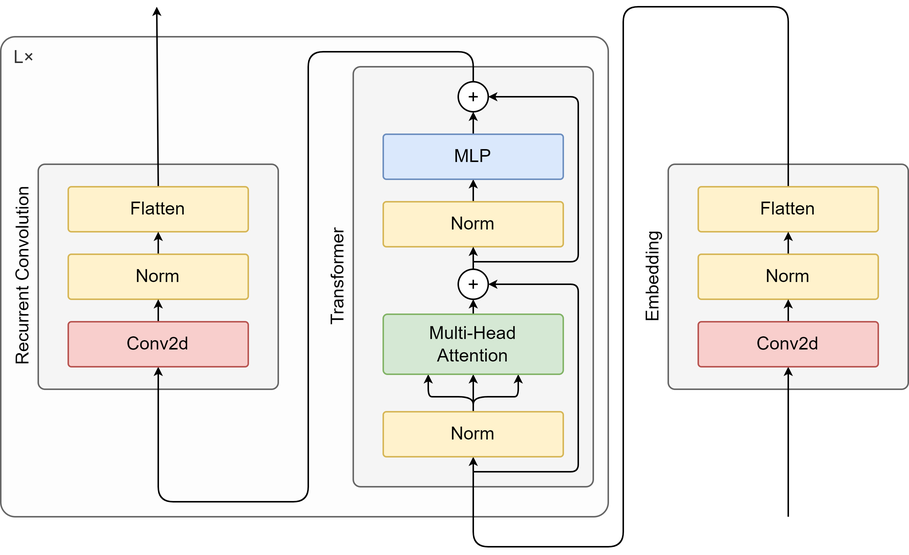
Earlier version of the draw.io export CvT-Original.drawio.png (SeyaSchmassmann/wods). Source tidied: cells renumbered, new cells last; positions are measured from the earlier drawing's top-left corner, leaving out a move shared by most shapes.
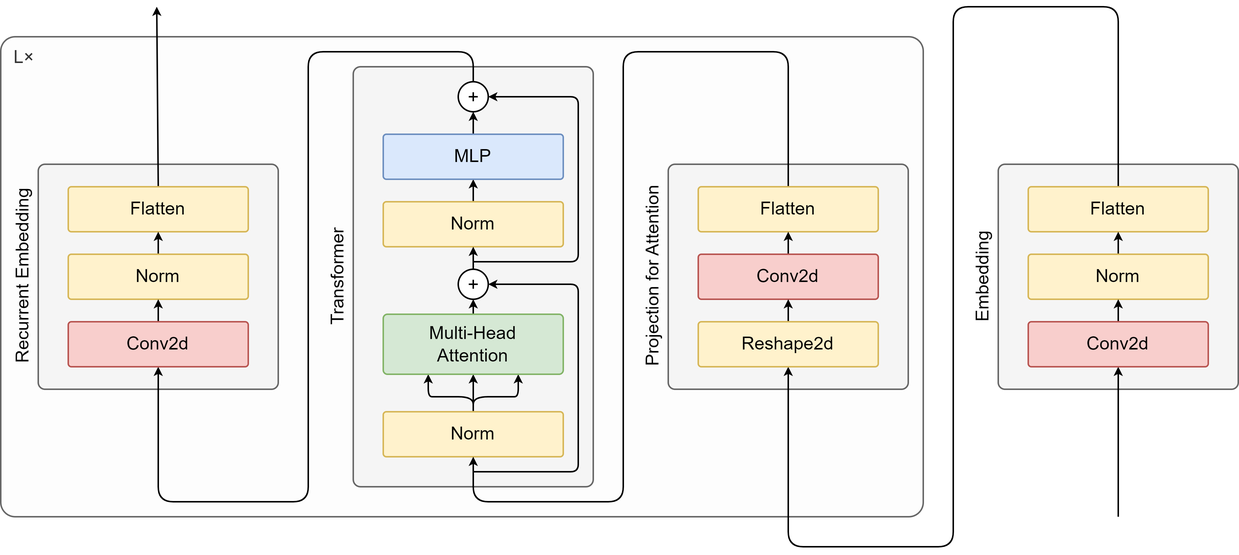
After the change.

Commit message:
rename recurrent conv to recurrent embedding

Diff of the diagram source:
```diff
@@ -2,47 +2,50 @@
   <root>
     <mxCell id="0" />
     <mxCell id="1" parent="0" />
-    <mxCell id="2" value="L×" style="rounded=1;whiteSpace=wrap;html=1;arcSize=3;verticalAlign=top;align=left;spacingLeft=7;fillColor=light-dark(#fdfdfd, #1a1a1a);fontColor=#333333;strokeColor=#666666;" parent="1" vertex="1">
-      <mxGeometry y="20" width="405" height="320" as="geometry" />
+    <mxCell id="2" value="L×" style="rounded=1;whiteSpace=wrap;html=1;arcSize=3;verticalAlign=top;align=left;spacingLeft=7;fillColor=light-dark(#fdfdfd, #1a1a1a);fontColor=#333333;strokeColor=#666666;fontStyle=0;" parent="1" vertex="1">
+      <mxGeometry y="20" width="615" height="320" as="geometry" />
     </mxCell>
+    <mxCell id="43" style="rounded=1;whiteSpace=wrap;html=1;fillColor=#f5f5f5;fontColor=#333333;strokeColor=#666666;arcSize=3;" parent="1" vertex="1">
+      <mxGeometry x="445" y="105" width="160" height="150" as="geometry" />
+    </mxCell>
     <mxCell id="3" style="rounded=1;whiteSpace=wrap;html=1;fillColor=#f5f5f5;fontColor=#333333;strokeColor=#666666;arcSize=3;verticalAlign=top;align=left;spacingLeft=7;" parent="1" vertex="1">
       <mxGeometry x="235" y="40" width="160" height="280" as="geometry" />
     </mxCell>
     <mxCell id="4" style="rounded=1;whiteSpace=wrap;html=1;fillColor=#f5f5f5;fontColor=#333333;strokeColor=#666666;arcSize=3;" parent="1" vertex="1">
-      <mxGeometry x="445" y="105" width="160" height="150" as="geometry" />
+      <mxGeometry x="665" y="105" width="160" height="150" as="geometry" />
     </mxCell>
-    <mxCell id="5" style="edgeStyle=none;html=1;exitX=0.5;exitY=0;exitDx=0;exitDy=0;endSize=3;startSize=3;entryX=0.5;entryY=1;entryDx=0;entryDy=0;" parent="1" edge="1" source="7" target="17">
+    <mxCell id="5" style="edgeStyle=none;html=1;exitX=0.5;exitY=0;exitDx=0;exitDy=0;endSize=3;startSize=3;entryX=0.5;entryY=1;entryDx=0;entryDy=0;" parent="1" edge="1" source="7" target="50">
       <mxGeometry relative="1" as="geometry">
         <Array as="points">
-          <mxPoint x="525" />
-          <mxPoint x="415" />
-          <mxPoint x="415" y="360" />
-          <mxPoint x="315" y="360" />
+          <mxPoint x="745" />
+          <mxPoint x="635" />
+          <mxPoint x="635" y="360" />
+          <mxPoint x="525" y="360" />
         </Array>
       </mxGeometry>
     </mxCell>
     <mxCell id="6" value="Embedding" style="text;html=1;align=center;verticalAlign=middle;whiteSpace=wrap;rounded=0;horizontal=0;" parent="1" vertex="1">
-      <mxGeometry x="425" y="145" width="20" height="70" as="geometry" />
+      <mxGeometry x="645" y="145" width="20" height="70" as="geometry" />
     </mxCell>
     <mxCell id="7" value="Flatten" style="rounded=1;whiteSpace=wrap;html=1;fillColor=#fff2cc;strokeColor=#d6b656;arcSize=7;" parent="1" vertex="1">
-      <mxGeometry x="465" y="120" width="120" height="30" as="geometry" />
+      <mxGeometry x="685" y="120" width="120" height="30" as="geometry" />
     </mxCell>
     <mxCell id="8" style="edgeStyle=none;html=1;startSize=3;endSize=3;" parent="1" edge="1" source="9" target="7">
       <mxGeometry relative="1" as="geometry" />
     </mxCell>
     <mxCell id="9" value="&lt;font style=&quot;color: rgb(0, 0, 0);&quot;&gt;Norm&lt;/font&gt;" style="rounded=1;whiteSpace=wrap;html=1;fillColor=#fff2cc;strokeColor=#d6b656;arcSize=7;" parent="1" vertex="1">
-      <mxGeometry x="465" y="165" width="120" height="30" as="geometry" />
+      <mxGeometry x="685" y="165" width="120" height="30" as="geometry" />
     </mxCell>
     <mxCell id="10" style="edgeStyle=none;html=1;endSize=3;startSize=3;" parent="1" edge="1" source="12" target="9">
       <mxGeometry relative="1" as="geometry" />
     </mxCell>
     <mxCell id="11" style="edgeStyle=none;html=1;endArrow=none;endFill=0;startArrow=classic;startFill=1;endSize=3;startSize=3;" parent="1" edge="1" source="12">
       <mxGeometry relative="1" as="geometry">
-        <mxPoint x="525" y="340" as="targetPoint" />
+        <mxPoint x="745" y="340" as="targetPoint" />
       </mxGeometry>
     </mxCell>
     <mxCell id="12" value="&lt;font style=&quot;color: rgb(0, 0, 0);&quot;&gt;Conv2d&lt;br&gt;&lt;/font&gt;" style="rounded=1;whiteSpace=wrap;html=1;fillColor=#f8cecc;strokeColor=#b85450;arcSize=7;" parent="1" vertex="1">
-      <mxGeometry x="465" y="210" width="120" height="30" as="geometry" />
+      <mxGeometry x="685" y="210" width="120" height="30" as="geometry" />
     </mxCell>
     <mxCell id="13" style="rounded=1;whiteSpace=wrap;html=1;fillColor=#f5f5f5;fontColor=#333333;strokeColor=#666666;arcSize=3;" parent="1" vertex="1">
       <mxGeometry x="25" y="105" width="160" height="150" as="geometry" />
@@ -139,7 +142,7 @@
         <mxPoint x="104" as="targetPoint" />
       </mxGeometry>
     </mxCell>
-    <mxCell id="36" value="Recurrent Convolution" style="text;html=1;align=center;verticalAlign=middle;whiteSpace=wrap;rounded=0;horizontal=0;" parent="1" vertex="1">
+    <mxCell id="36" value="Recurrent Embedding" style="text;html=1;align=center;verticalAlign=middle;whiteSpace=wrap;rounded=0;horizontal=0;" parent="1" vertex="1">
       <mxGeometry x="5" y="112.5" width="20" height="135" as="geometry" />
     </mxCell>
     <mxCell id="37" style="edgeStyle=none;html=1;exitX=0.5;exitY=0;exitDx=0;exitDy=0;endSize=3;startSize=3;entryX=0.5;entryY=1;entryDx=0;entryDy=0;" parent="1" edge="1" source="27" target="42">
@@ -167,5 +170,33 @@
     <mxCell id="42" value="&lt;font style=&quot;color: rgb(0, 0, 0);&quot;&gt;Conv2d&lt;br&gt;&lt;/font&gt;" style="rounded=1;whiteSpace=wrap;html=1;fillColor=#f8cecc;strokeColor=#b85450;arcSize=7;" parent="1" vertex="1">
       <mxGeometry x="45" y="210" width="120" height="30" as="geometry" />
     </mxCell>
+    <mxCell id="44" style="edgeStyle=none;html=1;entryX=0.5;entryY=1;entryDx=0;entryDy=0;endSize=3;startSize=3;exitX=0.5;exitY=0;exitDx=0;exitDy=0;" parent="1" edge="1" source="46" target="17">
+      <mxGeometry relative="1" as="geometry">
+        <Array as="points">
+          <mxPoint x="525" y="30" />
+          <mxPoint x="415" y="30" />
+          <mxPoint x="415" y="330" />
+          <mxPoint x="315" y="330" />
+        </Array>
+      </mxGeometry>
+    </mxCell>
+    <mxCell id="45" value="Projection for Attention" style="text;html=1;align=center;verticalAlign=middle;whiteSpace=wrap;rounded=0;horizontal=0;" parent="1" vertex="1">
+      <mxGeometry x="425" y="112.5" width="20" height="135" as="geometry" />
+    </mxCell>
+    <mxCell id="46" value="Flatten" style="rounded=1;whiteSpace=wrap;html=1;fillColor=#fff2cc;strokeColor=#d6b656;arcSize=7;" parent="1" vertex="1">
+      <mxGeometry x="465" y="120" width="120" height="30" as="geometry" />
+    </mxCell>
+    <mxCell id="47" style="edgeStyle=none;html=1;entryX=0.5;entryY=1;entryDx=0;entryDy=0;endSize=3;startSize=3;" parent="1" edge="1" source="48" target="46">
+      <mxGeometry relative="1" as="geometry" />
+    </mxCell>
+    <mxCell id="48" value="&lt;font style=&quot;color: rgb(0, 0, 0);&quot;&gt;Conv2d&lt;br&gt;&lt;/font&gt;" style="rounded=1;whiteSpace=wrap;html=1;fillColor=#f8cecc;strokeColor=#b85450;arcSize=7;" parent="1" vertex="1">
+      <mxGeometry x="465" y="165" width="120" height="30" as="geometry" />
+    </mxCell>
+    <mxCell id="49" style="edgeStyle=none;html=1;entryX=0.5;entryY=1;entryDx=0;entryDy=0;endSize=3;startSize=3;" parent="1" edge="1" source="50" target="48">
+      <mxGeometry relative="1" as="geometry" />
+    </mxCell>
+    <mxCell id="50" value="&lt;font style=&quot;color: rgb(0, 0, 0);&quot;&gt;Reshape2d&lt;/font&gt;" style="rounded=1;whiteSpace=wrap;html=1;fillColor=#fff2cc;strokeColor=#d6b656;arcSize=7;" parent="1" vertex="1">
+      <mxGeometry x="465" y="210" width="120" height="30" as="geometry" />
+    </mxCell>
   </root>
 </mxGraphModel>
```
